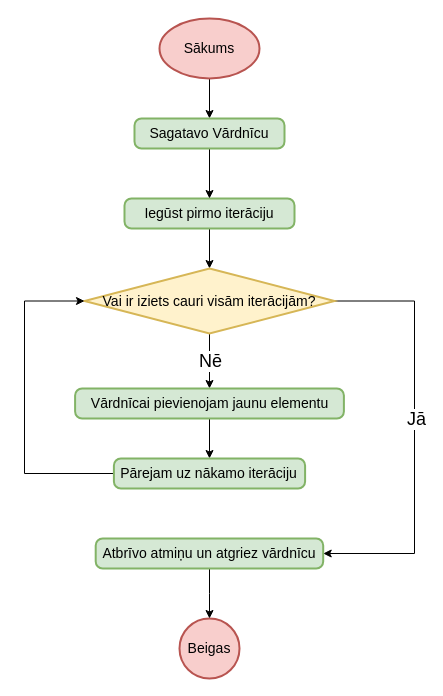
This is page "Vārdnīcu izveidošana" (3 of 10) of src/Qualification project/Documentation/Diagrammas/WebMemory.drawio from artiks12/webAppOS, a draw.io file, before an edit. Source tidied: cells renumbered, new cells numbered last; positions are measured from the earlier drawing's top-left corner, leaving out a move shared by most shapes. Both pictures are drawn from the tidied source at 100%, with x=0, y=0 at pixel (24, 18).
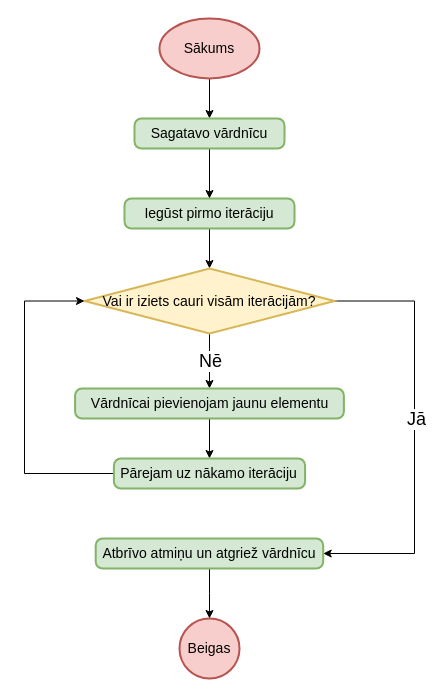
The same page after the edit.

The edit, as a diff of the source:
```diff
@@
-    <mxCell id="16" value="Sagatavo Vārdnīcu" style="rounded=1;whiteSpace=wrap;html=1;absoluteArcSize=1;arcSize=14;strokeWidth=2;fontSize=14;fillColor=#d5e8d4;strokeColor=#82b366;" parent="1" vertex="1">
+    <mxCell id="16" value="Sagatavo vārdnīcu" style="rounded=1;whiteSpace=wrap;html=1;absoluteArcSize=1;arcSize=14;strokeWidth=2;fontSize=14;fillColor=#d5e8d4;strokeColor=#82b366;" parent="1" vertex="1">
       <mxGeometry x="110" y="100" width="150" height="30" as="geometry" />
     </mxCell>
@@
-    <mxCell id="19" value="Atbrīvo atmiņu un atgriez vārdnīcu" style="rounded=1;whiteSpace=wrap;html=1;absoluteArcSize=1;arcSize=14;strokeWidth=2;fontSize=14;fillColor=#d5e8d4;strokeColor=#82b366;" parent="1" vertex="1">
+    <mxCell id="19" value="Atbrīvo atmiņu un atgriež vārdnīcu" style="rounded=1;whiteSpace=wrap;html=1;absoluteArcSize=1;arcSize=14;strokeWidth=2;fontSize=14;fillColor=#d5e8d4;strokeColor=#82b366;" parent="1" vertex="1">
       <mxGeometry x="71.2" y="520" width="227.5" height="30" as="geometry" />
     </mxCell>
```
